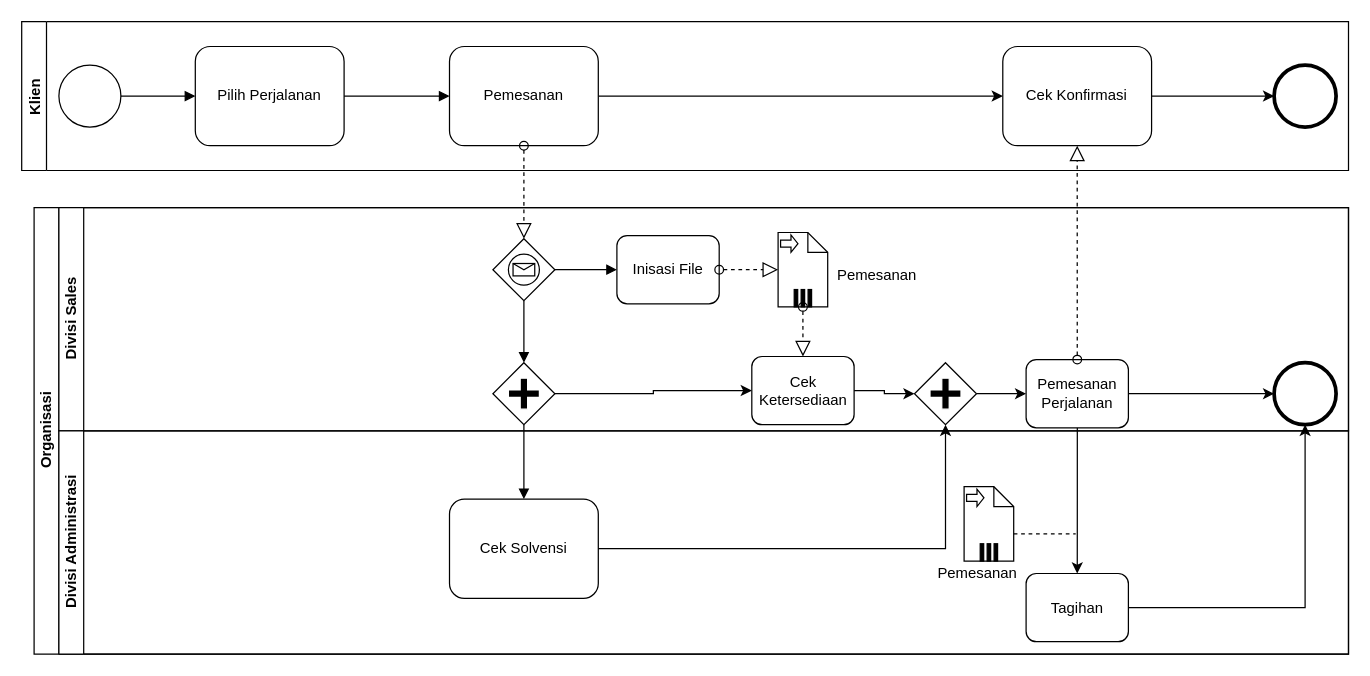
Earlier version of the draw.io diagram BPMN.drawio (surya-b21/Draw.io). Source tidied: cells renumbered, new cells numbered last; positions are measured from the earlier drawing's top-left corner, leaving out a move shared by most shapes. Both pictures are drawn from the tidied source at 124%, with x=0, y=0 at pixel (21, 21).
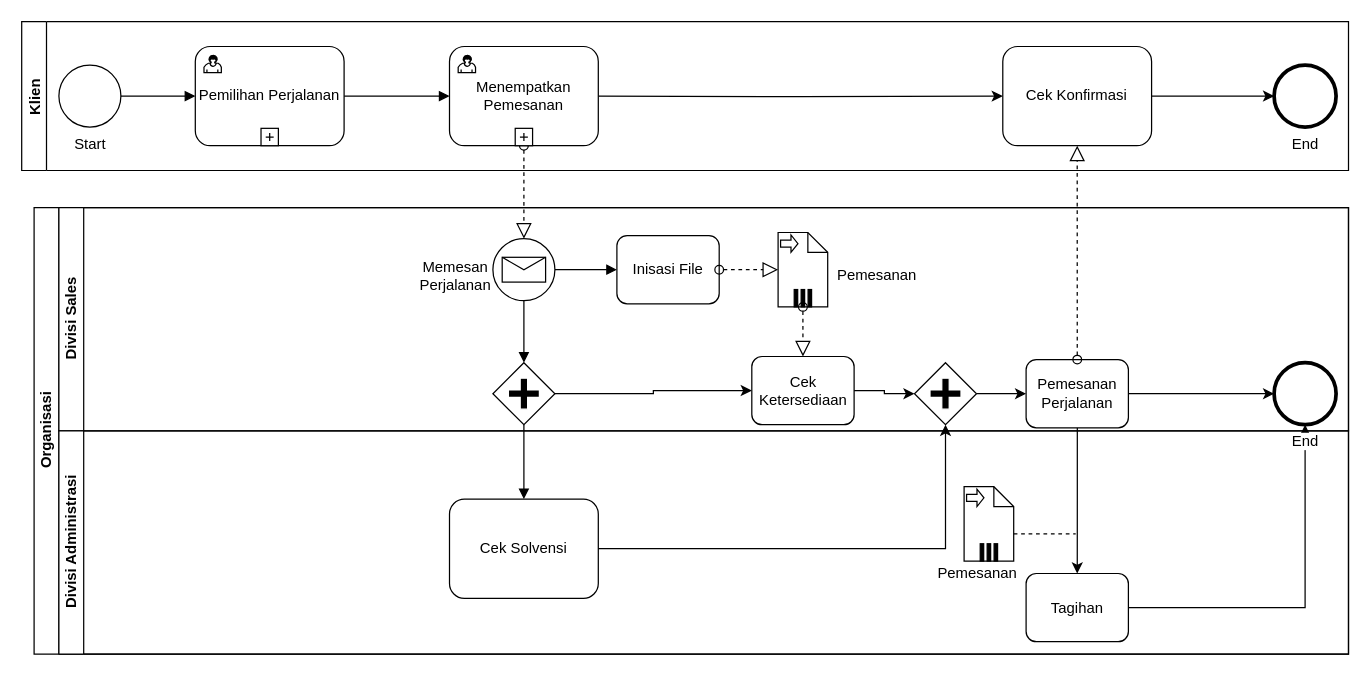
The same diagram, later.

The change refers to these unchanged cells:
```xml
<mxCell id="17" style="shape=mxgraph.bpmn.shape;html=1;verticalLabelPosition=bottom;labelBackgroundColor=#ffffff;verticalAlign=top;align=center;perimeter=rhombusPerimeter;background=gateway;outlineConnect=0;outline=none;symbol=parallelGw;" parent="1" vertex="1">
  <mxGeometry x="380" y="275" width="50" height="50" as="geometry" />
</mxCell>
<mxCell id="22" value="Divisi Sales" style="swimlane;html=1;startSize=20;horizontal=0;" parent="21" vertex="1">
  <mxGeometry x="20" width="1040" height="180" as="geometry" />
</mxCell>
<mxCell id="27" value="Klien" style="swimlane;startSize=20;horizontal=0;" parent="1" vertex="1">
  <mxGeometry width="1070" height="120" as="geometry" />
</mxCell>
<mxCell id="37" value="Cek Konfirmasi" style="shape=ext;rounded=1;html=1;whiteSpace=wrap;" parent="1" vertex="1">
  <mxGeometry x="791.2" y="20" width="120" height="80" as="geometry" />
</mxCell>
```

What changed in the source:
```diff
@@
-    <mxCell id="2" style="shape=mxgraph.bpmn.shape;html=1;verticalLabelPosition=bottom;labelBackgroundColor=#ffffff;verticalAlign=top;align=center;perimeter=ellipsePerimeter;outlineConnect=0;outline=standard;symbol=general;" parent="1" vertex="1">
+    <mxCell id="2" value="Start" style="shape=mxgraph.bpmn.shape;html=1;verticalLabelPosition=bottom;labelBackgroundColor=#ffffff;verticalAlign=top;align=center;perimeter=ellipsePerimeter;outlineConnect=0;outline=standard;symbol=general;" parent="1" vertex="1">
       <mxGeometry x="30" y="35" width="50" height="50" as="geometry" />
     </mxCell>
-    <mxCell id="3" style="endArrow=block;endFill=1;endSize=6;html=1;exitX=1;exitY=0.5;exitDx=0;exitDy=0;" parent="1" edge="1" source="2" target="4">
-      <mxGeometry relative="1" as="geometry" />
+    <mxCell id="3" style="endArrow=block;endFill=1;endSize=6;html=1;exitX=1;exitY=0.5;exitDx=0;exitDy=0;" parent="1" edge="1" source="2">
+      <mxGeometry relative="1" as="geometry">
+        <mxPoint x="140" y="60" as="targetPoint" />
+      </mxGeometry>
     </mxCell>
-    <mxCell id="4" value="Pilih Perjalanan" style="shape=ext;rounded=1;html=1;whiteSpace=wrap;" parent="1" vertex="1">
-      <mxGeometry x="140" y="20" width="120" height="80" as="geometry" />
-    </mxCell>
-    <mxCell id="5" style="endArrow=block;endFill=1;endSize=6;html=1;exitX=1;exitY=0.5;exitDx=0;exitDy=0;" parent="1" edge="1" source="4" target="7">
-      <mxGeometry relative="1" as="geometry" />
+    <mxCell id="5" style="endArrow=block;endFill=1;endSize=6;html=1;exitX=1;exitY=0.5;exitDx=0;exitDy=0;" parent="1" edge="1">
+      <mxGeometry relative="1" as="geometry">
+        <mxPoint x="260" y="60" as="sourcePoint" />
+        <mxPoint x="345" y="60" as="targetPoint" />
+      </mxGeometry>
     </mxCell>
-    <mxCell id="6" style="edgeStyle=orthogonalEdgeStyle;rounded=0;jettySize=auto;html=1;" parent="1" edge="1" source="7" target="37">
-      <mxGeometry relative="1" as="geometry" />
+    <mxCell id="6" style="edgeStyle=orthogonalEdgeStyle;rounded=0;jettySize=auto;html=1;" parent="1" edge="1" target="37">
+      <mxGeometry relative="1" as="geometry">
+        <mxPoint x="465" y="60" as="sourcePoint" />
+      </mxGeometry>
     </mxCell>
-    <mxCell id="7" value="Pemesanan" style="shape=ext;rounded=1;html=1;whiteSpace=wrap;" parent="1" vertex="1">
-      <mxGeometry x="345" y="20" width="120" height="80" as="geometry" />
-    </mxCell>
-    <mxCell id="8" style="shape=mxgraph.bpmn.shape;html=1;verticalLabelPosition=bottom;labelBackgroundColor=#ffffff;verticalAlign=top;align=center;perimeter=rhombusPerimeter;background=gateway;outlineConnect=0;outline=standard;symbol=message;" parent="1" vertex="1">
-      <mxGeometry x="380" y="175" width="50" height="50" as="geometry" />
-    </mxCell>
-    <mxCell id="9" style="startArrow=oval;startFill=0;startSize=7;endArrow=block;endFill=0;endSize=10;dashed=1;html=1;exitX=0.5;exitY=1;exitDx=0;exitDy=0;entryX=0.5;entryY=0;entryDx=0;entryDy=0;" parent="1" edge="1" source="7" target="8">
-      <mxGeometry relative="1" as="geometry" />
+    <mxCell id="9" style="startArrow=oval;startFill=0;startSize=7;endArrow=block;endFill=0;endSize=10;dashed=1;html=1;exitX=0.5;exitY=1;exitDx=0;exitDy=0;entryX=0.5;entryY=0;entryDx=0;entryDy=0;" parent="1" edge="1">
+      <mxGeometry relative="1" as="geometry">
+        <mxPoint x="405" y="100" as="sourcePoint" />
+        <mxPoint x="405" y="175" as="targetPoint" />
+      </mxGeometry>
     </mxCell>
-    <mxCell id="10" style="endArrow=block;endFill=1;endSize=6;html=1;exitX=1;exitY=0.5;exitDx=0;exitDy=0;" parent="1" edge="1" source="8">
+    <mxCell id="10" style="endArrow=block;endFill=1;endSize=6;html=1;exitX=1;exitY=0.5;exitDx=0;exitDy=0;" parent="1" edge="1">
       <mxGeometry relative="1" as="geometry">
+        <mxPoint x="430" y="200" as="sourcePoint" />
         <mxPoint x="480" y="200" as="targetPoint" />
       </mxGeometry>
     </mxCell>
@@
-    <mxCell id="18" style="endArrow=block;endFill=1;endSize=6;html=1;exitX=0.5;exitY=1;exitDx=0;exitDy=0;entryX=0.5;entryY=0;entryDx=0;entryDy=0;" parent="1" edge="1" source="8" target="17">
-      <mxGeometry relative="1" as="geometry" />
+    <mxCell id="18" style="endArrow=block;endFill=1;endSize=6;html=1;exitX=0.5;exitY=1;exitDx=0;exitDy=0;entryX=0.5;entryY=0;entryDx=0;entryDy=0;" parent="1" edge="1" target="17">
+      <mxGeometry relative="1" as="geometry">
+        <mxPoint x="405" y="225" as="sourcePoint" />
+      </mxGeometry>
     </mxCell>
@@
+    <mxCell id="47" value="Memesan&lt;br&gt;Perjalanan" style="text;html=1;strokeColor=none;fillColor=none;align=center;verticalAlign=middle;whiteSpace=wrap;rounded=0;" parent="22" vertex="1">
+      <mxGeometry x="300" y="45" width="40" height="20" as="geometry" />
+    </mxCell>
@@
+    <mxCell id="48" style="shape=mxgraph.bpmn.shape;html=1;verticalLabelPosition=bottom;labelBackgroundColor=#ffffff;verticalAlign=top;align=center;perimeter=ellipsePerimeter;outline=standard;symbol=message;" parent="22" vertex="1">
+      <mxGeometry x="350" y="25" width="50" height="50" as="geometry" />
+    </mxCell>
@@
+    <mxCell id="49" value="Pemilihan Perjalanan" style="html=1;whiteSpace=wrap;rounded=1;" parent="27" vertex="1">
+      <mxGeometry x="140" y="20" width="120" height="80" as="geometry" />
+    </mxCell>
+    <mxCell id="50" style="html=1;shape=mxgraph.bpmn.user_task;" parent="49" vertex="1">
+      <mxGeometry width="14" height="14" relative="1" as="geometry">
+        <mxPoint x="7" y="7" as="offset" />
+      </mxGeometry>
+    </mxCell>
+    <mxCell id="51" style="html=1;shape=plus;" parent="49" vertex="1">
+      <mxGeometry x="0.5" y="1" width="14" height="14" relative="1" as="geometry">
+        <mxPoint x="-7" y="-14" as="offset" />
+      </mxGeometry>
+    </mxCell>
+    <mxCell id="52" value="Menempatkan Pemesanan" style="html=1;whiteSpace=wrap;rounded=1;" parent="27" vertex="1">
+      <mxGeometry x="345" y="20" width="120" height="80" as="geometry" />
+    </mxCell>
+    <mxCell id="53" style="html=1;shape=mxgraph.bpmn.user_task;" parent="52" vertex="1">
+      <mxGeometry width="14" height="14" relative="1" as="geometry">
+        <mxPoint x="7" y="7" as="offset" />
+      </mxGeometry>
+    </mxCell>
+    <mxCell id="54" style="html=1;shape=plus;" parent="52" vertex="1">
+      <mxGeometry x="0.5" y="1" width="14" height="14" relative="1" as="geometry">
+        <mxPoint x="-7" y="-14" as="offset" />
+      </mxGeometry>
+    </mxCell>
@@
-    <mxCell id="38" style="shape=mxgraph.bpmn.shape;html=1;verticalLabelPosition=bottom;labelBackgroundColor=#ffffff;verticalAlign=top;align=center;perimeter=ellipsePerimeter;outlineConnect=0;outline=end;symbol=general;" parent="1" vertex="1">
+    <mxCell id="38" value="End" style="shape=mxgraph.bpmn.shape;html=1;verticalLabelPosition=bottom;labelBackgroundColor=#ffffff;verticalAlign=top;align=center;perimeter=ellipsePerimeter;outlineConnect=0;outline=end;symbol=general;" parent="1" vertex="1">
       <mxGeometry x="1010" y="35" width="50" height="50" as="geometry" />
     </mxCell>
@@
-    <mxCell id="46" style="shape=mxgraph.bpmn.shape;html=1;verticalLabelPosition=bottom;labelBackgroundColor=#ffffff;verticalAlign=top;align=center;perimeter=ellipsePerimeter;outlineConnect=0;outline=end;symbol=general;" parent="1" vertex="1">
+    <mxCell id="46" value="End" style="shape=mxgraph.bpmn.shape;html=1;verticalLabelPosition=bottom;labelBackgroundColor=#ffffff;verticalAlign=top;align=center;perimeter=ellipsePerimeter;outlineConnect=0;outline=end;symbol=general;" parent="1" vertex="1">
       <mxGeometry x="1010" y="275" width="50" height="50" as="geometry" />
     </mxCell>
```
